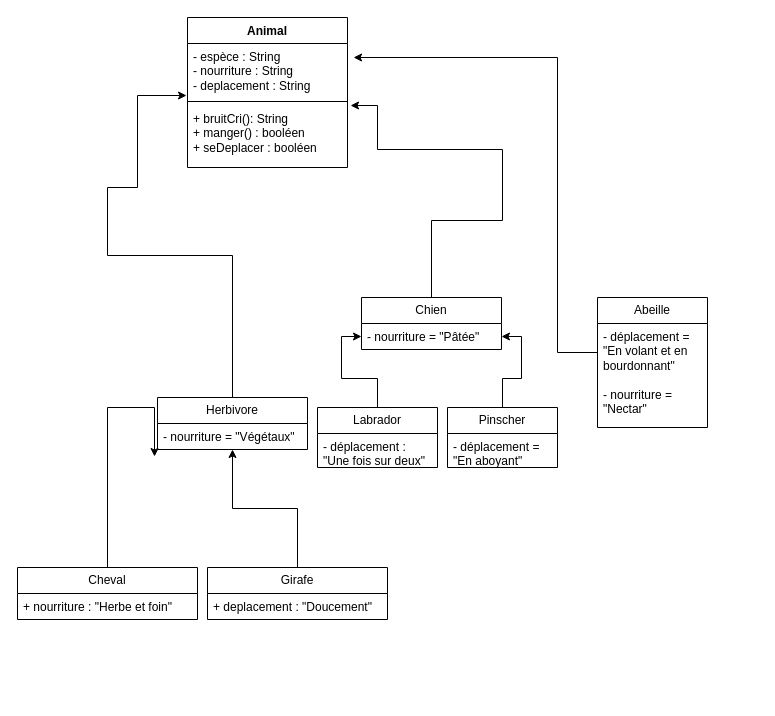
AurelienChem/ABCDEV_2306_GA keeps this draw.io diagram as Objet/ClassementAnimal.drawio. Above is the earlier version. Source tidied: cells renumbered, new cells numbered last; positions are measured from the earlier drawing's top-left corner, leaving out a move shared by most shapes. Both pictures are drawn from the tidied source at 100%, with x=0, y=0 at pixel (17, 17).
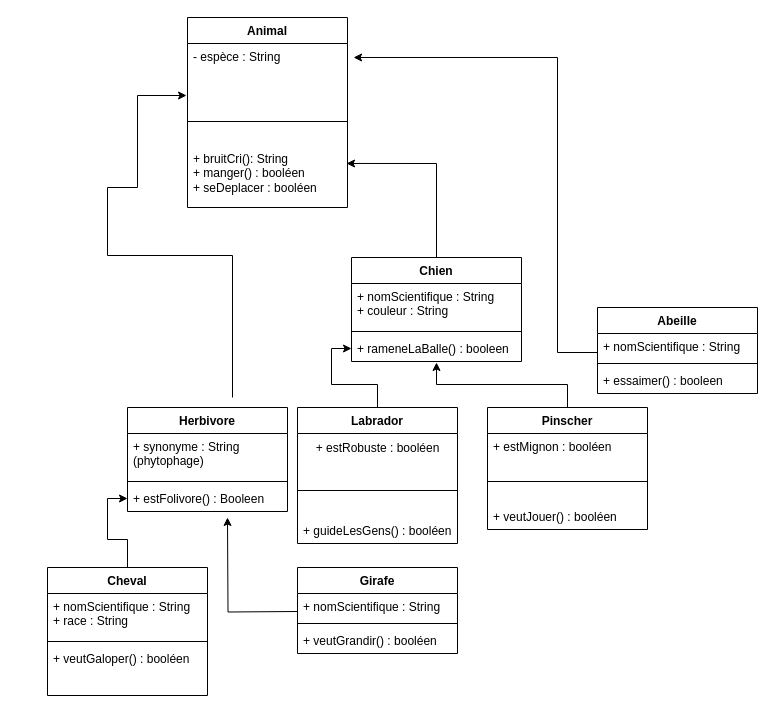
The same diagram, later.

Commit message:
Classement Animal Version Final

The edit, as a diff of the source:
```diff
@@
-    <mxCell id="2" style="edgeStyle=orthogonalEdgeStyle;rounded=0;jettySize=auto;html=1;exitX=0.5;exitY=0;exitDx=0;exitDy=0;" parent="1" edge="1" source="3" target="9">
-      <mxGeometry relative="1" as="geometry" />
+    <mxCell id="2" style="edgeStyle=orthogonalEdgeStyle;rounded=0;orthogonalLoop=1;jettySize=auto;html=1;exitX=0.5;exitY=0;exitDx=0;exitDy=0;" parent="1" edge="1">
+      <mxGeometry relative="1" as="geometry">
+        <mxPoint x="280" y="594" as="sourcePoint" />
+        <mxPoint x="210" y="500" as="targetPoint" />
+      </mxGeometry>
     </mxCell>
-    <mxCell id="3" value="Girafe" style="swimlane;fontStyle=0;horizontal=1;startSize=26;fillColor=none;whiteSpace=wrap;html=1;" parent="1" vertex="1">
-      <mxGeometry x="190" y="550" width="180" height="52" as="geometry" />
-    </mxCell>
-    <mxCell id="4" value="+ deplacement : &quot;Doucement&quot;" style="text;strokeColor=none;fillColor=none;align=left;verticalAlign=top;spacingLeft=4;spacingRight=4;overflow=hidden;whiteSpace=wrap;html=1;" parent="3" vertex="1">
-      <mxGeometry y="26" width="180" height="26" as="geometry" />
-    </mxCell>
-    <mxCell id="5" style="edgeStyle=orthogonalEdgeStyle;rounded=0;jettySize=auto;html=1;exitX=0.5;exitY=0;exitDx=0;exitDy=0;entryX=-0.02;entryY=1.269;entryDx=0;entryDy=0;entryPerimeter=0;" parent="1" edge="1" source="6" target="10">
-      <mxGeometry relative="1" as="geometry">
-        <Array as="points">
-          <mxPoint x="90" y="390" />
-          <mxPoint x="137" y="390" />
-        </Array>
-      </mxGeometry>
-    </mxCell>
-    <mxCell id="6" value="Cheval" style="swimlane;fontStyle=0;horizontal=1;startSize=26;fillColor=none;whiteSpace=wrap;html=1;" parent="1" vertex="1">
-      <mxGeometry y="550" width="180" height="52" as="geometry" />
-    </mxCell>
-    <mxCell id="7" value="+ nourriture : &quot;Herbe et foin&quot;" style="text;strokeColor=none;fillColor=none;align=left;verticalAlign=top;spacingLeft=4;spacingRight=4;overflow=hidden;whiteSpace=wrap;html=1;" parent="6" vertex="1">
-      <mxGeometry y="26" width="180" height="26" as="geometry" />
-    </mxCell>
-    <mxCell id="8" style="edgeStyle=orthogonalEdgeStyle;rounded=0;jettySize=auto;html=1;exitX=0.5;exitY=0;exitDx=0;exitDy=0;entryX=-0.006;entryY=0.963;entryDx=0;entryDy=0;entryPerimeter=0;" parent="1" edge="1" source="9" target="24">
+    <mxCell id="8" style="edgeStyle=orthogonalEdgeStyle;rounded=0;jettySize=auto;html=1;exitX=0.5;exitY=0;exitDx=0;exitDy=0;entryX=-0.006;entryY=0.963;entryDx=0;entryDy=0;entryPerimeter=0;" parent="1" edge="1" target="24">
       <mxGeometry relative="1" as="geometry">
+        <mxPoint x="215" y="380" as="sourcePoint" />
         <Array as="points">
           <mxPoint x="215" y="238" />
           <mxPoint x="90" y="238" />
           <mxPoint x="90" y="170" />
           <mxPoint x="120" y="170" />
           <mxPoint x="120" y="78" />
         </Array>
       </mxGeometry>
     </mxCell>
-    <mxCell id="9" value="Herbivore" style="swimlane;fontStyle=0;horizontal=1;startSize=26;fillColor=none;whiteSpace=wrap;html=1;" parent="1" vertex="1">
-      <mxGeometry x="140" y="380" width="150" height="52" as="geometry" />
-    </mxCell>
-    <mxCell id="10" value="- nourriture = &quot;Végétaux&quot;" style="text;strokeColor=none;fillColor=none;align=left;verticalAlign=top;spacingLeft=4;spacingRight=4;overflow=hidden;points=[[0,0.5],[1,0.5]];portConstraint=eastwest;whiteSpace=wrap;html=1;" parent="9" vertex="1">
-      <mxGeometry y="26" width="150" height="26" as="geometry" />
-    </mxCell>
-    <mxCell id="11" style="edgeStyle=orthogonalEdgeStyle;rounded=0;jettySize=auto;html=1;exitX=0.5;exitY=0;exitDx=0;exitDy=0;entryX=1.019;entryY=0;entryDx=0;entryDy=0;entryPerimeter=0;" parent="1" edge="1" source="12" target="26">
-      <mxGeometry relative="1" as="geometry">
-        <Array as="points">
-          <mxPoint x="414" y="203" />
-          <mxPoint x="485" y="203" />
-          <mxPoint x="485" y="132" />
-          <mxPoint x="360" y="132" />
-          <mxPoint x="360" y="88" />
-        </Array>
-      </mxGeometry>
-    </mxCell>
-    <mxCell id="12" value="Chien" style="swimlane;fontStyle=0;horizontal=1;startSize=26;fillColor=none;whiteSpace=wrap;html=1;" parent="1" vertex="1">
-      <mxGeometry x="344" y="280" width="140" height="52" as="geometry" />
-    </mxCell>
-    <mxCell id="13" value="- nourriture = &quot;Pâtée&quot;" style="text;strokeColor=none;fillColor=none;align=left;verticalAlign=top;spacingLeft=4;spacingRight=4;overflow=hidden;points=[[0,0.5],[1,0.5]];portConstraint=eastwest;whiteSpace=wrap;html=1;" parent="12" vertex="1">
-      <mxGeometry y="26" width="140" height="26" as="geometry" />
-    </mxCell>
-    <mxCell id="14" style="edgeStyle=orthogonalEdgeStyle;rounded=0;jettySize=auto;html=1;exitX=0.5;exitY=0;exitDx=0;exitDy=0;entryX=0;entryY=0.5;entryDx=0;entryDy=0;" parent="1" edge="1" source="15" target="13">
-      <mxGeometry relative="1" as="geometry" />
-    </mxCell>
-    <mxCell id="15" value="Labrador" style="swimlane;fontStyle=0;horizontal=1;startSize=26;fillColor=none;whiteSpace=wrap;html=1;" parent="1" vertex="1">
-      <mxGeometry x="300" y="390" width="120" height="60" as="geometry" />
-    </mxCell>
-    <mxCell id="16" value="- déplacement : &quot;Une fois sur deux&quot;" style="text;strokeColor=none;fillColor=none;align=left;verticalAlign=top;spacingLeft=4;spacingRight=4;overflow=hidden;whiteSpace=wrap;html=1;" parent="15" vertex="1">
-      <mxGeometry y="26" width="120" height="34" as="geometry" />
-    </mxCell>
-    <mxCell id="17" style="edgeStyle=orthogonalEdgeStyle;rounded=0;jettySize=auto;html=1;exitX=0.5;exitY=0;exitDx=0;exitDy=0;entryX=1;entryY=0.5;entryDx=0;entryDy=0;" parent="1" edge="1" source="18" target="13">
-      <mxGeometry relative="1" as="geometry" />
-    </mxCell>
-    <mxCell id="18" value="Pinscher" style="swimlane;fontStyle=0;horizontal=1;startSize=26;fillColor=none;whiteSpace=wrap;html=1;" parent="1" vertex="1">
-      <mxGeometry x="430" y="390" width="110" height="60" as="geometry" />
-    </mxCell>
-    <mxCell id="19" value="- déplacement = &quot;En aboyant&quot;" style="text;strokeColor=none;fillColor=none;align=left;verticalAlign=top;spacingLeft=4;spacingRight=4;overflow=hidden;whiteSpace=wrap;html=1;" parent="18" vertex="1">
-      <mxGeometry y="26" width="110" height="34" as="geometry" />
-    </mxCell>
-    <mxCell id="20" style="edgeStyle=orthogonalEdgeStyle;rounded=0;jettySize=auto;html=1;entryX=1.038;entryY=0.259;entryDx=0;entryDy=0;entryPerimeter=0;" parent="1" edge="1" source="21" target="24">
+    <mxCell id="20" style="edgeStyle=orthogonalEdgeStyle;rounded=0;jettySize=auto;html=1;entryX=1.038;entryY=0.259;entryDx=0;entryDy=0;entryPerimeter=0;" parent="1" edge="1" target="24">
       <mxGeometry relative="1" as="geometry">
+        <mxPoint x="580" y="335" as="sourcePoint" />
         <Array as="points">
           <mxPoint x="540" y="335" />
           <mxPoint x="540" y="40" />
         </Array>
       </mxGeometry>
     </mxCell>
-    <mxCell id="21" value="Abeille" style="swimlane;fontStyle=0;horizontal=1;startSize=26;fillColor=none;whiteSpace=wrap;html=1;" parent="1" vertex="1">
-      <mxGeometry x="580" y="280" width="110" height="130" as="geometry" />
-    </mxCell>
-    <mxCell id="22" value="- déplacement = &quot;En volant et en bourdonnant&quot;&lt;br&gt;&lt;br&gt;- nourriture = &quot;Nectar&quot;" style="text;strokeColor=none;fillColor=none;align=left;verticalAlign=top;spacingLeft=4;spacingRight=4;overflow=hidden;whiteSpace=wrap;html=1;" parent="21" vertex="1">
-      <mxGeometry y="26" width="110" height="104" as="geometry" />
-    </mxCell>
     <mxCell id="23" value="Animal" style="swimlane;fontStyle=1;align=center;verticalAlign=top;horizontal=1;startSize=26;whiteSpace=wrap;html=1;" parent="1" vertex="1">
-      <mxGeometry x="170" width="160" height="150" as="geometry" />
+      <mxGeometry x="170" width="160" height="190" as="geometry" />
     </mxCell>
-    <mxCell id="24" value="- espèce : String&lt;br&gt;- nourriture : String&lt;br&gt;- deplacement : String" style="text;strokeColor=none;fillColor=none;align=left;verticalAlign=top;spacingLeft=4;spacingRight=4;overflow=hidden;points=[[0,0.5],[1,0.5]];portConstraint=eastwest;whiteSpace=wrap;html=1;" parent="23" vertex="1">
+    <mxCell id="24" value="- espèce : String&lt;br&gt;&lt;br&gt;" style="text;strokeColor=none;fillColor=none;align=left;verticalAlign=top;spacingLeft=4;spacingRight=4;overflow=hidden;points=[[0,0.5],[1,0.5]];portConstraint=eastwest;whiteSpace=wrap;html=1;" parent="23" vertex="1">
       <mxGeometry y="26" width="160" height="54" as="geometry" />
     </mxCell>
     <mxCell id="25" style="line;strokeWidth=1;fillColor=none;align=left;verticalAlign=middle;spacingTop=-1;spacingLeft=3;spacingRight=3;labelPosition=right;strokeColor=inherit;" parent="23" vertex="1">
-      <mxGeometry y="80" width="160" height="8" as="geometry" />
+      <mxGeometry y="80" width="160" height="48" as="geometry" />
     </mxCell>
     <mxCell id="26" value="+ bruitCri(): String&lt;br&gt;+ manger() : booléen&lt;br&gt;+ seDeplacer : booléen" style="text;strokeColor=none;fillColor=none;align=left;verticalAlign=top;spacingLeft=4;spacingRight=4;overflow=hidden;points=[[0,0.5],[1,0.5]];portConstraint=eastwest;whiteSpace=wrap;html=1;" parent="23" vertex="1">
-      <mxGeometry y="88" width="160" height="62" as="geometry" />
+      <mxGeometry y="128" width="160" height="62" as="geometry" />
     </mxCell>
+    <mxCell id="11" style="edgeStyle=orthogonalEdgeStyle;rounded=0;jettySize=auto;html=1;entryX=0.994;entryY=0.29;entryDx=0;entryDy=0;entryPerimeter=0;" parent="1" edge="1" source="12" target="26">
+      <mxGeometry relative="1" as="geometry" />
+    </mxCell>
+    <mxCell id="12" value="Chien" style="swimlane;fontStyle=1;align=center;verticalAlign=top;horizontal=1;startSize=26;whiteSpace=wrap;html=1;" parent="1" vertex="1">
+      <mxGeometry x="334" y="240" width="170" height="104" as="geometry" />
+    </mxCell>
+    <mxCell id="27" value="+ nomScientifique : String&lt;br&gt;+ couleur : String" style="text;strokeColor=none;fillColor=none;align=left;verticalAlign=top;spacingLeft=4;spacingRight=4;overflow=hidden;whiteSpace=wrap;html=1;" parent="12" vertex="1">
+      <mxGeometry y="26" width="170" height="44" as="geometry" />
+    </mxCell>
+    <mxCell id="28" style="line;strokeWidth=1;fillColor=none;align=left;verticalAlign=middle;spacingTop=-1;spacingLeft=3;spacingRight=3;labelPosition=right;strokeColor=inherit;" parent="12" vertex="1">
+      <mxGeometry y="70" width="170" height="8" as="geometry" />
+    </mxCell>
+    <mxCell id="29" value="+ rameneLaBalle() : booleen" style="text;strokeColor=none;fillColor=none;align=left;verticalAlign=top;spacingLeft=4;spacingRight=4;overflow=hidden;points=[[0,0.5],[1,0.5]];portConstraint=eastwest;whiteSpace=wrap;html=1;" parent="12" vertex="1">
+      <mxGeometry y="78" width="170" height="26" as="geometry" />
+    </mxCell>
+    <mxCell id="21" value="Abeille" style="swimlane;fontStyle=1;align=center;verticalAlign=top;horizontal=1;startSize=26;whiteSpace=wrap;html=1;" parent="1" vertex="1">
+      <mxGeometry x="580" y="290" width="160" height="86" as="geometry" />
+    </mxCell>
+    <mxCell id="30" value="+ nomScientifique : String" style="text;strokeColor=none;fillColor=none;align=left;verticalAlign=top;spacingLeft=4;spacingRight=4;overflow=hidden;whiteSpace=wrap;html=1;" parent="21" vertex="1">
+      <mxGeometry y="26" width="160" height="26" as="geometry" />
+    </mxCell>
+    <mxCell id="31" style="line;strokeWidth=1;fillColor=none;align=left;verticalAlign=middle;spacingTop=-1;spacingLeft=3;spacingRight=3;labelPosition=right;strokeColor=inherit;" parent="21" vertex="1">
+      <mxGeometry y="52" width="160" height="8" as="geometry" />
+    </mxCell>
+    <mxCell id="32" value="+ essaimer() : booleen" style="text;strokeColor=none;fillColor=none;align=left;verticalAlign=top;spacingLeft=4;spacingRight=4;overflow=hidden;whiteSpace=wrap;html=1;" parent="21" vertex="1">
+      <mxGeometry y="60" width="160" height="26" as="geometry" />
+    </mxCell>
+    <mxCell id="33" style="edgeStyle=orthogonalEdgeStyle;rounded=0;jettySize=auto;html=1;entryX=0;entryY=0.5;entryDx=0;entryDy=0;" parent="1" edge="1" source="15" target="29">
+      <mxGeometry relative="1" as="geometry" />
+    </mxCell>
+    <mxCell id="15" value="Labrador" style="swimlane;fontStyle=1;align=center;verticalAlign=top;horizontal=1;startSize=26;whiteSpace=wrap;html=1;" parent="1" vertex="1">
+      <mxGeometry x="280" y="390" width="160" height="136" as="geometry" />
+    </mxCell>
+    <mxCell id="34" value="+ estRobuste : booléen" style="text;html=1;align=center;verticalAlign=middle;strokeColor=none;fillColor=none;" parent="15" vertex="1">
+      <mxGeometry y="26" width="160" height="30" as="geometry" />
+    </mxCell>
+    <mxCell id="35" style="line;strokeWidth=1;fillColor=none;align=left;verticalAlign=middle;spacingTop=-1;spacingLeft=3;spacingRight=3;labelPosition=right;strokeColor=inherit;" parent="15" vertex="1">
+      <mxGeometry y="56" width="160" height="54" as="geometry" />
+    </mxCell>
+    <mxCell id="36" value="+ guideLesGens() : booléen" style="text;strokeColor=none;fillColor=none;align=left;verticalAlign=top;spacingLeft=4;spacingRight=4;overflow=hidden;whiteSpace=wrap;html=1;" parent="15" vertex="1">
+      <mxGeometry y="110" width="160" height="26" as="geometry" />
+    </mxCell>
+    <mxCell id="37" style="edgeStyle=orthogonalEdgeStyle;rounded=0;jettySize=auto;html=1;entryX=0.5;entryY=1.038;entryDx=0;entryDy=0;entryPerimeter=0;" parent="1" edge="1" source="18" target="29">
+      <mxGeometry relative="1" as="geometry" />
+    </mxCell>
+    <mxCell id="18" value="Pinscher" style="swimlane;fontStyle=1;align=center;verticalAlign=top;horizontal=1;startSize=26;whiteSpace=wrap;html=1;" parent="1" vertex="1">
+      <mxGeometry x="470" y="390" width="160" height="122" as="geometry" />
+    </mxCell>
+    <mxCell id="38" value="+ estMignon : booléen" style="text;strokeColor=none;fillColor=none;align=left;verticalAlign=top;spacingLeft=4;spacingRight=4;overflow=hidden;whiteSpace=wrap;html=1;" parent="18" vertex="1">
+      <mxGeometry y="26" width="160" height="26" as="geometry" />
+    </mxCell>
+    <mxCell id="39" style="line;strokeWidth=1;fillColor=none;align=left;verticalAlign=middle;spacingTop=-1;spacingLeft=3;spacingRight=3;labelPosition=right;strokeColor=inherit;" parent="18" vertex="1">
+      <mxGeometry y="52" width="160" height="44" as="geometry" />
+    </mxCell>
+    <mxCell id="40" value="+ veutJouer() : booléen" style="text;strokeColor=none;fillColor=none;align=left;verticalAlign=top;spacingLeft=4;spacingRight=4;overflow=hidden;whiteSpace=wrap;html=1;" parent="18" vertex="1">
+      <mxGeometry y="96" width="160" height="26" as="geometry" />
+    </mxCell>
+    <mxCell id="9" value="Herbivore" style="swimlane;fontStyle=1;align=center;verticalAlign=top;horizontal=1;startSize=26;whiteSpace=wrap;html=1;" parent="1" vertex="1">
+      <mxGeometry x="110" y="390" width="160" height="104" as="geometry" />
+    </mxCell>
+    <mxCell id="41" value="+ synonyme : String (phytophage)" style="text;strokeColor=none;fillColor=none;align=left;verticalAlign=top;spacingLeft=4;spacingRight=4;overflow=hidden;whiteSpace=wrap;html=1;" parent="9" vertex="1">
+      <mxGeometry y="26" width="160" height="44" as="geometry" />
+    </mxCell>
+    <mxCell id="42" style="line;strokeWidth=1;fillColor=none;align=left;verticalAlign=middle;spacingTop=-1;spacingLeft=3;spacingRight=3;labelPosition=right;strokeColor=inherit;" parent="9" vertex="1">
+      <mxGeometry y="70" width="160" height="8" as="geometry" />
+    </mxCell>
+    <mxCell id="43" value="+ estFolivore() : Booleen" style="text;strokeColor=none;fillColor=none;align=left;verticalAlign=top;spacingLeft=4;spacingRight=4;overflow=hidden;points=[[0,0.5],[1,0.5]];portConstraint=eastwest;whiteSpace=wrap;html=1;" parent="9" vertex="1">
+      <mxGeometry y="78" width="160" height="26" as="geometry" />
+    </mxCell>
+    <mxCell id="3" value="Girafe" style="swimlane;fontStyle=1;align=center;verticalAlign=top;horizontal=1;startSize=26;whiteSpace=wrap;html=1;" parent="1" vertex="1">
+      <mxGeometry x="280" y="550" width="160" height="86" as="geometry" />
+    </mxCell>
+    <mxCell id="44" value="+ nomScientifique : String" style="text;strokeColor=none;fillColor=none;align=left;verticalAlign=top;spacingLeft=4;spacingRight=4;overflow=hidden;whiteSpace=wrap;html=1;" parent="3" vertex="1">
+      <mxGeometry y="26" width="160" height="26" as="geometry" />
+    </mxCell>
+    <mxCell id="45" style="line;strokeWidth=1;fillColor=none;align=left;verticalAlign=middle;spacingTop=-1;spacingLeft=3;spacingRight=3;labelPosition=right;strokeColor=inherit;" parent="3" vertex="1">
+      <mxGeometry y="52" width="160" height="8" as="geometry" />
+    </mxCell>
+    <mxCell id="46" value="+ veutGrandir() : booléen" style="text;strokeColor=none;fillColor=none;align=left;verticalAlign=top;spacingLeft=4;spacingRight=4;overflow=hidden;whiteSpace=wrap;html=1;" parent="3" vertex="1">
+      <mxGeometry y="60" width="160" height="26" as="geometry" />
+    </mxCell>
+    <mxCell id="47" style="edgeStyle=orthogonalEdgeStyle;rounded=0;jettySize=auto;html=1;entryX=0;entryY=0.5;entryDx=0;entryDy=0;" parent="1" edge="1" source="6" target="43">
+      <mxGeometry relative="1" as="geometry" />
+    </mxCell>
+    <mxCell id="6" value="Cheval" style="swimlane;fontStyle=1;align=center;verticalAlign=top;horizontal=1;startSize=26;whiteSpace=wrap;html=1;" parent="1" vertex="1">
+      <mxGeometry x="30" y="550" width="160" height="128" as="geometry" />
+    </mxCell>
+    <mxCell id="48" value="+ nomScientifique : String&lt;br&gt;+ race : String" style="text;strokeColor=none;fillColor=none;align=left;verticalAlign=top;spacingLeft=4;spacingRight=4;overflow=hidden;whiteSpace=wrap;html=1;" parent="6" vertex="1">
+      <mxGeometry y="26" width="160" height="44" as="geometry" />
+    </mxCell>
+    <mxCell id="49" style="line;strokeWidth=1;fillColor=none;align=left;verticalAlign=middle;spacingTop=-1;spacingLeft=3;spacingRight=3;labelPosition=right;strokeColor=inherit;" parent="6" vertex="1">
+      <mxGeometry y="70" width="160" height="8" as="geometry" />
+    </mxCell>
+    <mxCell id="50" value="+ veutGaloper() : booléen" style="text;strokeColor=none;fillColor=none;align=left;verticalAlign=top;spacingLeft=4;spacingRight=4;overflow=hidden;whiteSpace=wrap;html=1;" parent="6" vertex="1">
+      <mxGeometry y="78" width="160" height="50" as="geometry" />
+    </mxCell>
```
